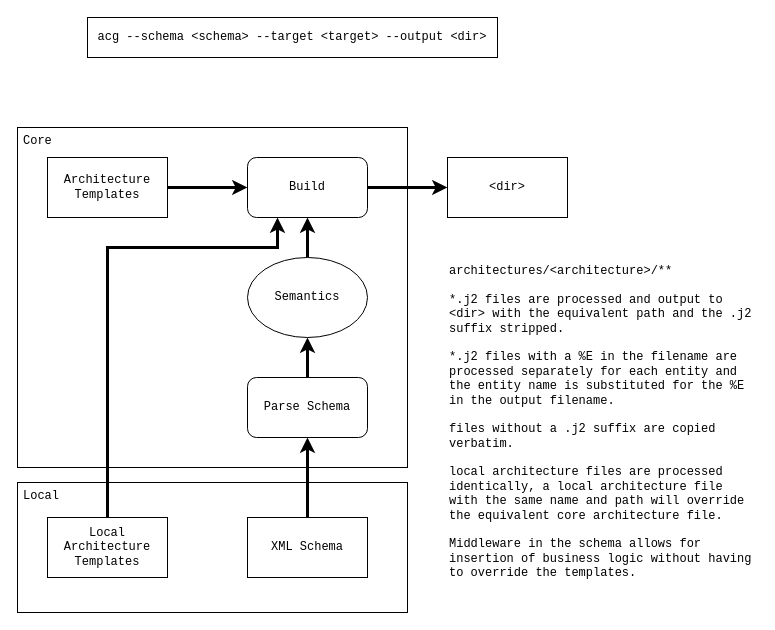
billhails/MetaData keeps this draw.io diagram as page "Page-1" (1 of 2) of MetaData.drawio. Above is the earlier version. Source tidied: cells renumbered, new cells numbered last; positions are measured from the earlier drawing's top-left corner, leaving out a move shared by most shapes. Both pictures are drawn from the tidied source at 100%, with x=0, y=0 at pixel (17, 17).
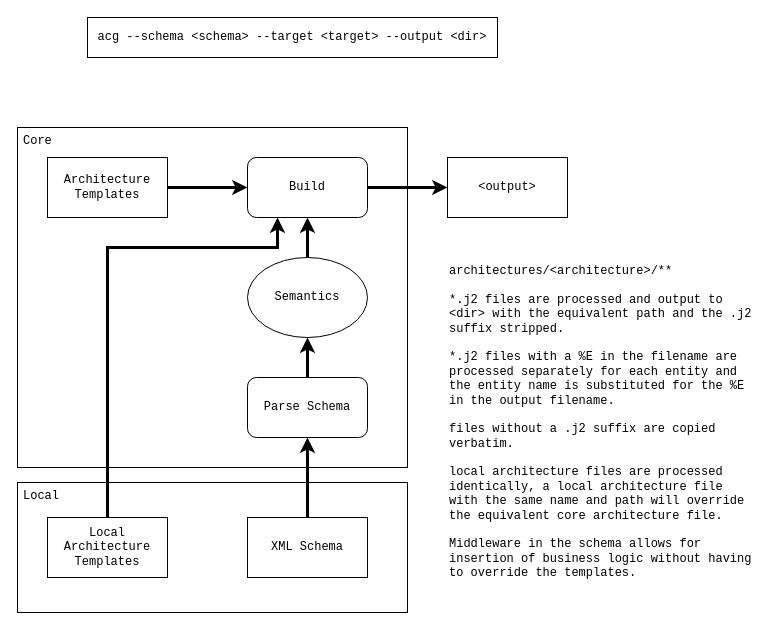
Above is the later version.

What changed in the source:
```diff
@@
-    <mxCell id="16" value="&amp;lt;dir&amp;gt;" style="rounded=0;whiteSpace=wrap;html=1;fontFamily=Courier New;" parent="1" vertex="1">
+    <mxCell id="16" value="&amp;lt;output&amp;gt;" style="rounded=0;whiteSpace=wrap;html=1;fontFamily=Courier New;" parent="1" vertex="1">
       <mxGeometry x="430" y="140" width="120" height="60" as="geometry" />
     </mxCell>
```
